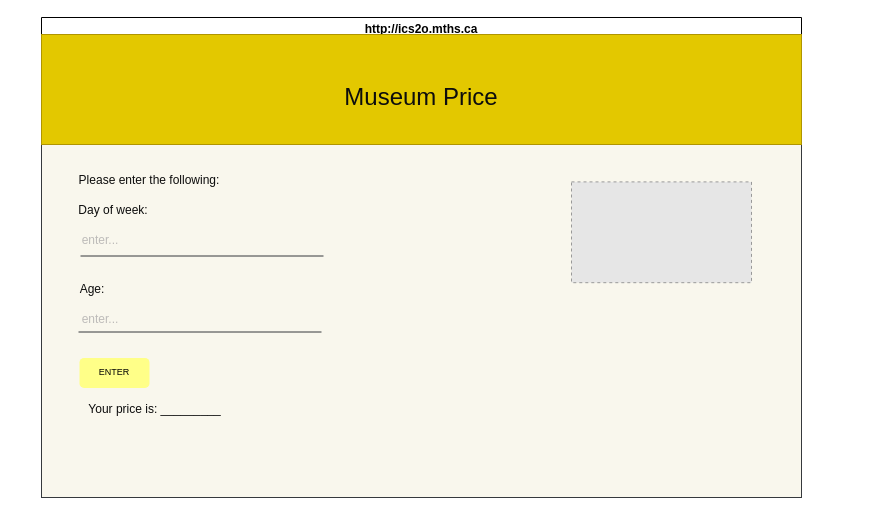
Before: design/storyboard.drawio in MTHS-ICD2O-1-2023/ICD2O-Unit-5-05-pablo-fiallos-granados, a draw.io diagram. Source tidied: cells renumbered, new cells numbered last; positions are measured from the earlier drawing's top-left corner, leaving out a move shared by most shapes. Both pictures are drawn from the tidied source at 100%, with x=0, y=0 at pixel (17, 17). Pictures stored in the file or linked from it are replaced by grey dashed boxes.
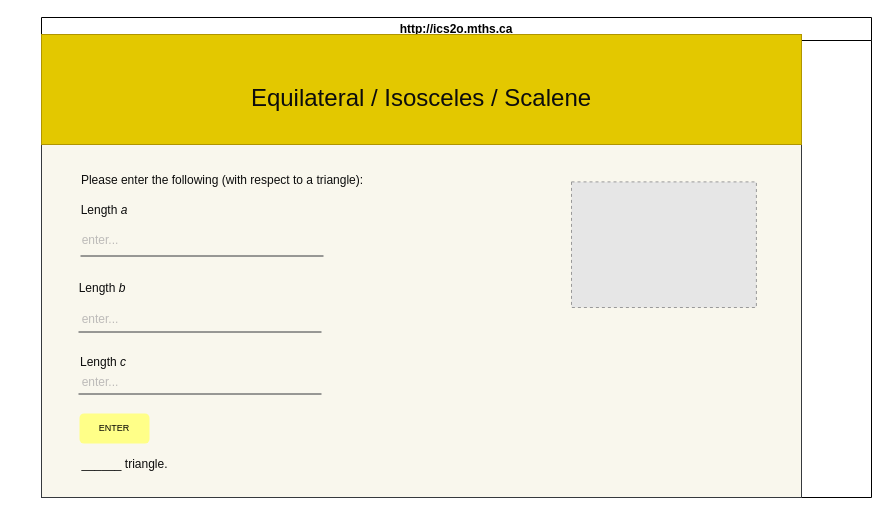
Above is the later version.

What changed in the source:
```diff
@@
     <mxCell id="2" value="http://ics2o.mths.ca" style="swimlane;whiteSpace=wrap;html=1;" parent="1" vertex="1">
-      <mxGeometry x="24" width="760" height="480" as="geometry" />
+      <mxGeometry x="24" width="830" height="480" as="geometry" />
     </mxCell>
@@
-    <mxCell id="4" value="Day of week:" style="text;html=1;strokeColor=none;fillColor=none;align=center;verticalAlign=middle;whiteSpace=wrap;rounded=0;fontColor=#0D0D0D;" parent="2" vertex="1">
-      <mxGeometry x="-3" y="178" width="150" height="30" as="geometry" />
+    <mxCell id="4" value="Length &lt;i&gt;a&lt;/i&gt;" style="text;html=1;strokeColor=none;fillColor=none;align=center;verticalAlign=middle;whiteSpace=wrap;rounded=0;fontColor=#0D0D0D;" parent="2" vertex="1">
+      <mxGeometry x="-12" y="178" width="150" height="30" as="geometry" />
     </mxCell>
@@
     <mxCell id="7" value="&lt;font color=&quot;#000000&quot; style=&quot;font-size: 9px;&quot;&gt;ENTER&lt;/font&gt;" style="rounded=1;whiteSpace=wrap;html=1;fillColor=#ffff88;strokeColor=none;fontSize=9;" parent="2" vertex="1">
-      <mxGeometry x="38" y="340.4" width="70" height="30" as="geometry" />
+      <mxGeometry x="38" y="396" width="70" height="30" as="geometry" />
     </mxCell>
-    <mxCell id="8" value="Age:" style="text;html=1;strokeColor=none;fillColor=none;align=center;verticalAlign=middle;whiteSpace=wrap;rounded=0;fontColor=#0D0D0D;" parent="2" vertex="1">
-      <mxGeometry x="-24" y="257" width="150" height="30" as="geometry" />
+    <mxCell id="8" value="Length &lt;i&gt;b&lt;/i&gt;" style="text;html=1;strokeColor=none;fillColor=none;align=center;verticalAlign=middle;whiteSpace=wrap;rounded=0;fontColor=#0D0D0D;" parent="2" vertex="1">
+      <mxGeometry x="-14" y="256" width="150" height="30" as="geometry" />
     </mxCell>
-    <mxCell id="9" value="Your price is: _________" style="text;html=1;strokeColor=none;fillColor=none;align=center;verticalAlign=middle;whiteSpace=wrap;rounded=0;fontColor=#0D0D0D;" parent="2" vertex="1">
-      <mxGeometry x="31" y="376.6" width="165" height="30" as="geometry" />
+    <mxCell id="9" value="______ triangle." style="text;html=1;strokeColor=none;fillColor=none;align=center;verticalAlign=middle;whiteSpace=wrap;rounded=0;fontColor=#0D0D0D;" parent="2" vertex="1">
+      <mxGeometry x="1" y="432" width="165" height="30" as="geometry" />
     </mxCell>
-    <mxCell id="10" style="fillColor=#E6E6E6;strokeColor=#999999;dashed=1;verticalLabelPosition=bottom;labelBackgroundColor=default;verticalAlign=top;" parent="2" vertex="1">
-      <mxGeometry x="530" y="164.4" width="180" height="100.8" as="geometry" />
-    </mxCell>
-    <mxCell id="11" value="Please enter the following:" style="text;html=1;strokeColor=none;fillColor=none;align=center;verticalAlign=middle;whiteSpace=wrap;rounded=0;fontColor=#0D0D0D;" parent="2" vertex="1">
-      <mxGeometry x="33" y="148" width="150" height="30" as="geometry" />
+    <mxCell id="11" value="Please enter the following (with respect to a triangle):" style="text;html=1;strokeColor=none;fillColor=none;align=center;verticalAlign=middle;whiteSpace=wrap;rounded=0;fontColor=#0D0D0D;" parent="2" vertex="1">
+      <mxGeometry x="23" y="148" width="316" height="30" as="geometry" />
     </mxCell>
@@
+    <mxCell id="16" value="Length &lt;i&gt;c&lt;/i&gt;" style="text;html=1;strokeColor=none;fillColor=none;align=center;verticalAlign=middle;whiteSpace=wrap;rounded=0;fontColor=#0D0D0D;" parent="2" vertex="1">
+      <mxGeometry x="-13" y="330" width="150" height="30" as="geometry" />
+    </mxCell>
+    <mxCell id="17" style="fillColor=#E6E6E6;strokeColor=#999999;dashed=1;verticalLabelPosition=bottom;labelBackgroundColor=default;verticalAlign=top;" parent="2" vertex="1">
+      <mxGeometry x="530" y="164.4" width="184.9" height="125.6" as="geometry" />
+    </mxCell>
-    <mxCell id="14" value="&lt;h1&gt;&lt;font color=&quot;#0d0d0d&quot;&gt;&lt;span style=&quot;font-weight: 400;&quot;&gt;Museum Price&lt;/span&gt;&lt;/font&gt;&lt;/h1&gt;" style="text;html=1;strokeColor=none;fillColor=none;align=center;verticalAlign=middle;whiteSpace=wrap;rounded=0;" parent="1" vertex="1">
-      <mxGeometry x="184" y="20" width="440" height="120" as="geometry" />
+    <mxCell id="14" value="&lt;h1&gt;&lt;font style=&quot;font-weight: normal;&quot; color=&quot;#0d0d0d&quot;&gt;Equilateral / Isosceles / Scalene&lt;/font&gt;&lt;/h1&gt;" style="text;html=1;strokeColor=none;fillColor=none;align=center;verticalAlign=middle;whiteSpace=wrap;rounded=0;" parent="1" vertex="1">
+      <mxGeometry x="184" y="21" width="440" height="120" as="geometry" />
     </mxCell>
@@
+    <mxCell id="18" value="enter..." style="text;html=1;strokeColor=none;fillColor=none;align=center;verticalAlign=middle;whiteSpace=wrap;rounded=0;fontColor=#BDBBB9;" parent="1" vertex="1">
+      <mxGeometry x="52" y="350" width="62" height="30" as="geometry" />
+    </mxCell>
+    <mxCell id="19" style="endArrow=none;html=1;fontColor=#0D0D0D;jumpSize=5;fillColor=#eeeeee;strokeColor=#36393d;" parent="1" edge="1">
+      <mxGeometry relative="1" as="geometry">
+        <mxPoint x="61" y="376.5" as="sourcePoint" />
+        <mxPoint x="304" y="376.5" as="targetPoint" />
+      </mxGeometry>
+    </mxCell>
```
